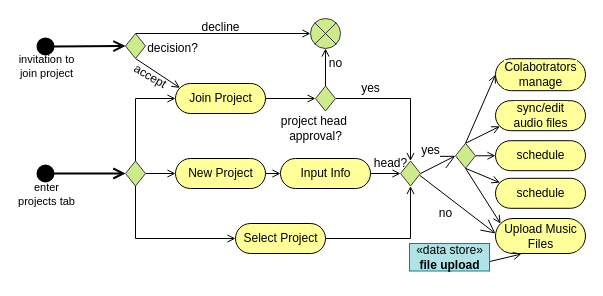
The draw.io diagram page "Project Activity" (4 of 6) of test Diagram.drawio in Itaybarbar/myProject, before the edit. Source tidied: cells renumbered, new cells numbered last; positions are measured from the earlier drawing's top-left corner, leaving out a move shared by most shapes. Both pictures are drawn from the tidied source at 100%, with x=0, y=0 at pixel (35, 17).
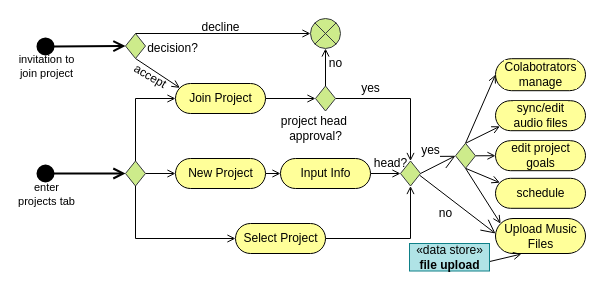
Above is the later version.

What changed in the source:
```diff
@@
-    <mxCell id="48" value="schedule" style="html=1;dashed=0;whitespace=wrap;shape=mxgraph.dfd.start;shadow=0;glass=0;labelBackgroundColor=#FFFF99;sketch=0;strokeWidth=1;fillColor=#FFFF99;" parent="1" vertex="1">
+    <mxCell id="48" value="edit project &lt;br&gt;goals" style="html=1;dashed=0;whitespace=wrap;shape=mxgraph.dfd.start;shadow=0;glass=0;labelBackgroundColor=#FFFF99;sketch=0;strokeWidth=1;fillColor=#FFFF99;" parent="1" vertex="1">
       <mxGeometry x="460" y="123.2" width="90" height="30" as="geometry" />
     </mxCell>
```
